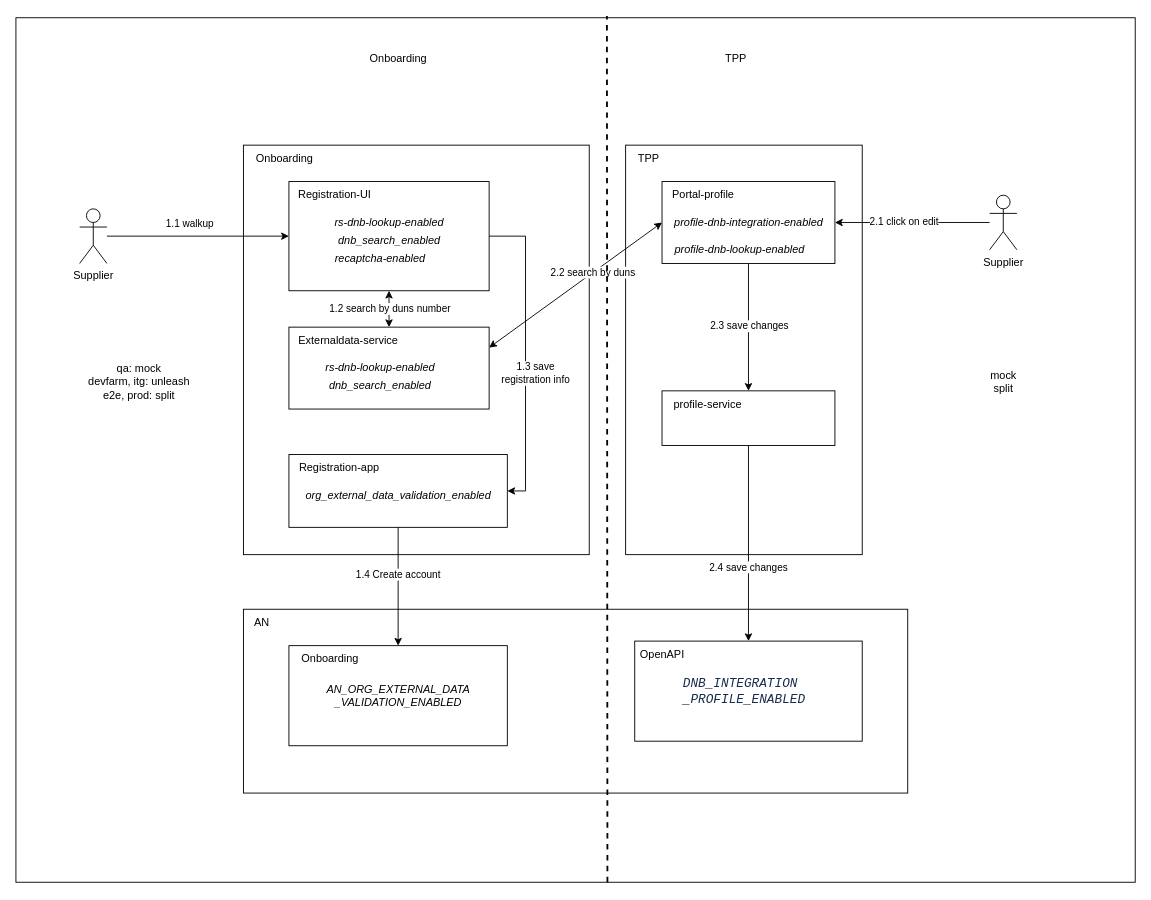
The draw.io diagram page "Page-10" (10 of 10) of DNB.drawio in huangshijie/Drawio, before the edit. Source tidied: cells renumbered, new cells numbered last; positions are measured from the earlier drawing's top-left corner, leaving out a move shared by most shapes. Both pictures are drawn from the tidied source at 91%, with x=0, y=0 at pixel (15, 17).
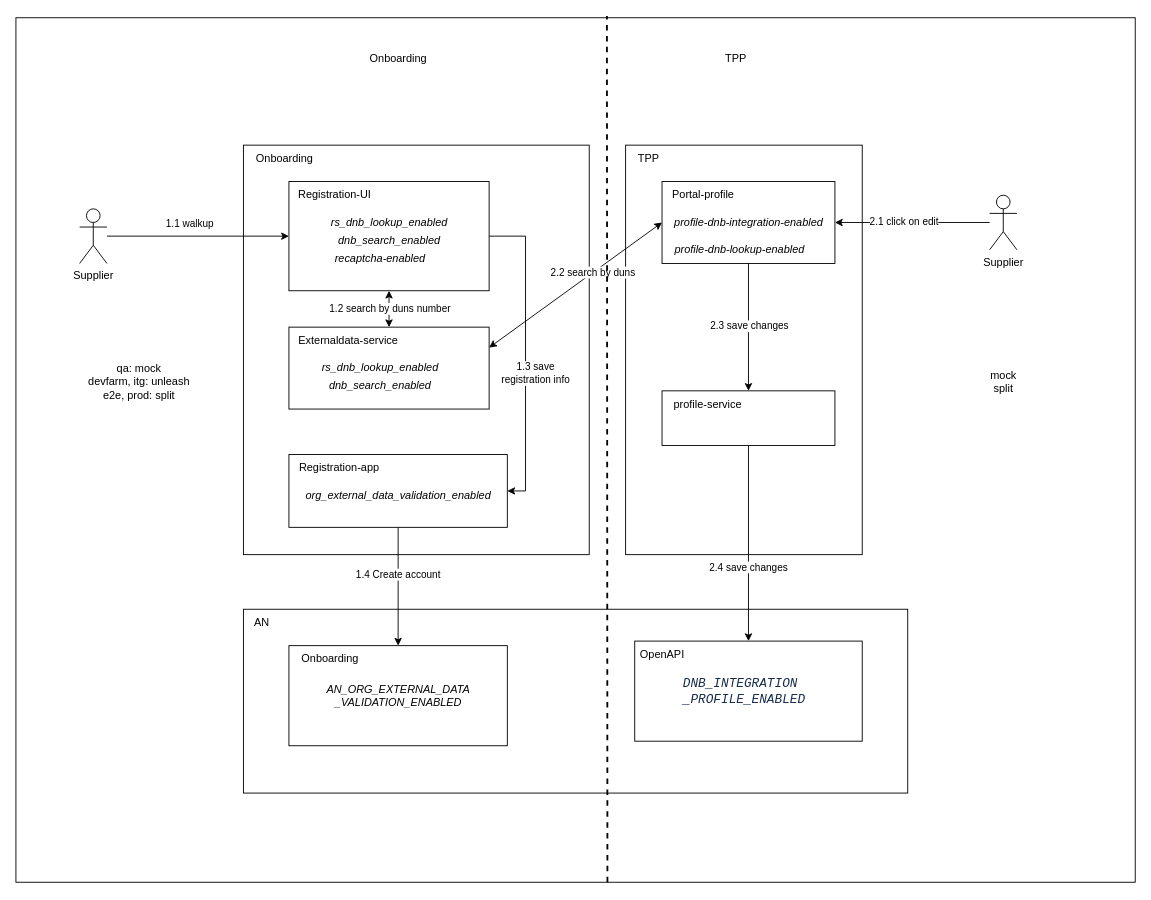
The same page after the edit.

The edit, as a diff of the source:
```diff
@@
-    <mxCell id="18" value="&lt;i&gt;rs-dnb-lookup-enabled&lt;/i&gt;" style="text;html=1;align=center;verticalAlign=middle;strokeColor=none;fillColor=none;" parent="1" vertex="1">
-      <mxGeometry x="340" y="210" width="140" height="30" as="geometry" />
+    <mxCell id="18" value="&lt;i&gt;rs_dnb_lookup_enabled&lt;/i&gt;" style="text;html=1;align=center;verticalAlign=middle;strokeColor=none;fillColor=none;" parent="1" vertex="1">
+      <mxGeometry x="335" y="210" width="150" height="30" as="geometry" />
     </mxCell>
@@
-    <mxCell id="21" value="&lt;i&gt;rs-dnb-lookup-enabled&lt;/i&gt;" style="text;html=1;align=center;verticalAlign=middle;strokeColor=none;fillColor=none;" parent="1" vertex="1">
-      <mxGeometry x="330" y="370" width="140" height="30" as="geometry" />
+    <mxCell id="21" value="&lt;i&gt;rs_dnb_lookup_enabled&lt;/i&gt;" style="text;html=1;align=center;verticalAlign=middle;strokeColor=none;fillColor=none;" parent="1" vertex="1">
+      <mxGeometry x="325" y="370" width="150" height="30" as="geometry" />
     </mxCell>
```
